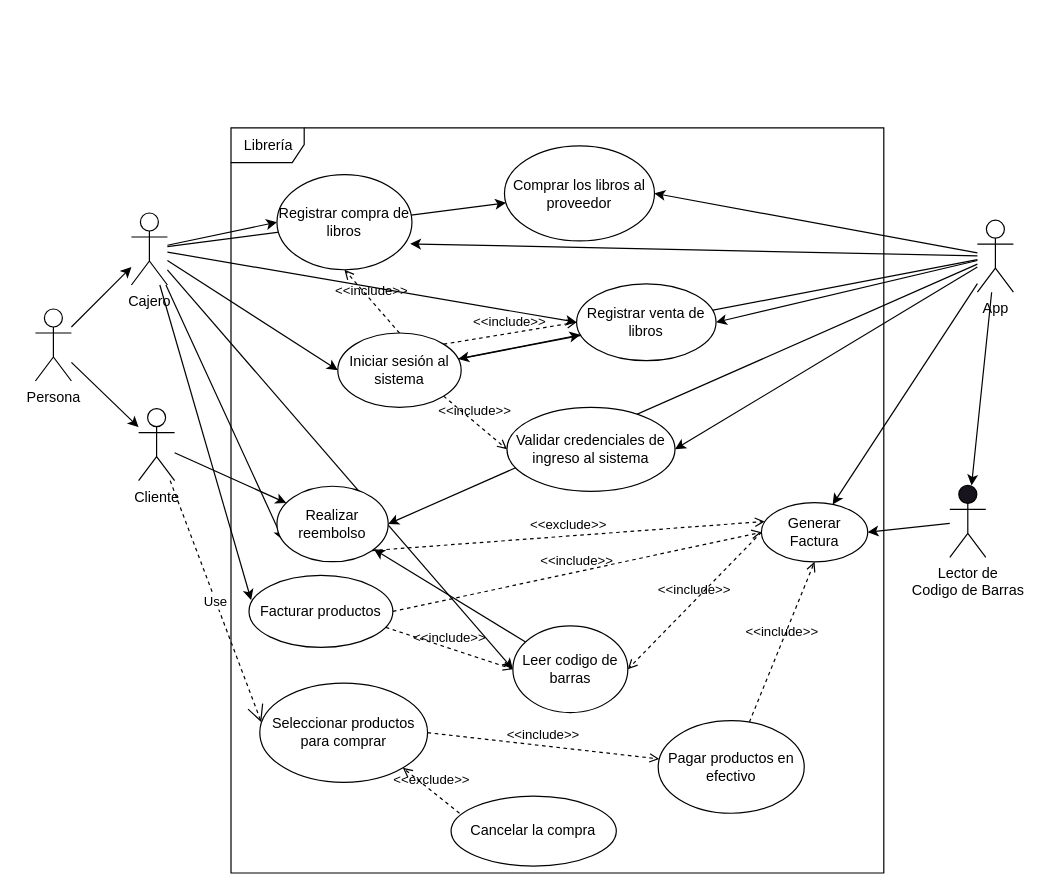
Earlier version of the draw.io diagram design/DCU_PrjL.dio (AlejandroTTD/Chapter-Connect-Library). Source tidied: cells renumbered, new cells numbered last; positions are measured from the earlier drawing's top-left corner, leaving out a move shared by most shapes. Both pictures are drawn from the tidied source at 120%, with x=0, y=0 at pixel (35, 127).
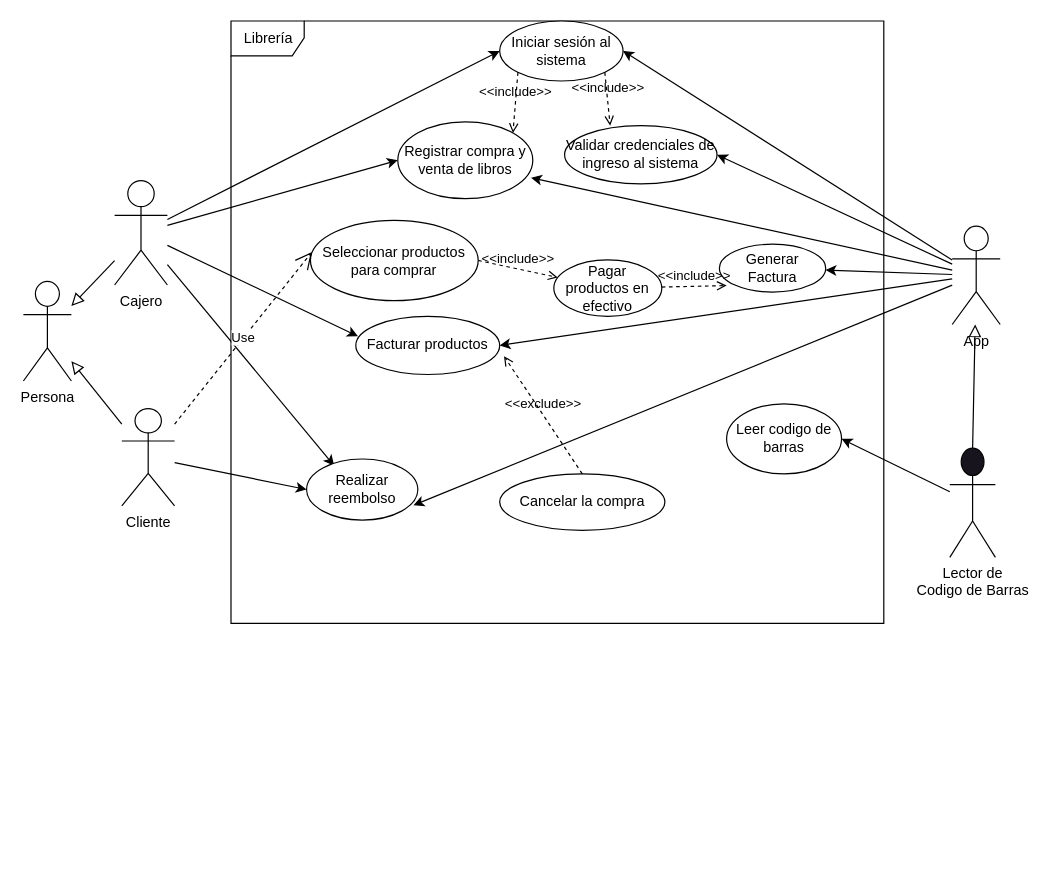
After the change.

Diff of the diagram source:
```diff
@@
-    <mxCell id="2" style="edgeStyle=none;html=1;" parent="1" edge="1" source="4" target="12">
-      <mxGeometry relative="1" as="geometry" />
-    </mxCell>
-    <mxCell id="3" style="edgeStyle=none;html=1;" parent="1" edge="1" source="4" target="14">
-      <mxGeometry relative="1" as="geometry" />
-    </mxCell>
     <mxCell id="4" value="Persona" style="shape=umlActor;verticalLabelPosition=bottom;verticalAlign=top;html=1;" parent="1" vertex="1">
-      <mxGeometry y="151" width="30" height="60" as="geometry" />
+      <mxGeometry x="-10" y="128" width="40" height="83" as="geometry" />
     </mxCell>
-    <mxCell id="5" style="edgeStyle=none;html=1;" parent="1" edge="1" source="12" target="27">
-      <mxGeometry relative="1" as="geometry" />
-    </mxCell>
@@
-    <mxCell id="8" style="edgeStyle=none;html=1;entryX=0;entryY=0.5;entryDx=0;entryDy=0;" parent="1" edge="1" source="12" target="29">
-      <mxGeometry relative="1" as="geometry" />
-    </mxCell>
-    <mxCell id="9" style="edgeStyle=none;html=1;entryX=0.056;entryY=0.717;entryDx=0;entryDy=0;entryPerimeter=0;" parent="1" edge="1" source="12" target="38">
+    <mxCell id="9" style="edgeStyle=none;html=1;entryX=0.248;entryY=0.111;entryDx=0;entryDy=0;entryPerimeter=0;" parent="1" edge="1" source="12" target="38">
       <mxGeometry relative="1" as="geometry" />
     </mxCell>
@@
-    <mxCell id="11" style="edgeStyle=none;html=1;entryX=0;entryY=0.5;entryDx=0;entryDy=0;" parent="1" edge="1" source="12" target="43">
-      <mxGeometry relative="1" as="geometry" />
-    </mxCell>
     <mxCell id="12" value="Cajero" style="shape=umlActor;verticalLabelPosition=bottom;verticalAlign=top;html=1;" parent="1" vertex="1">
-      <mxGeometry x="80" y="71" width="30" height="60" as="geometry" />
+      <mxGeometry x="66" y="44" width="44" height="87" as="geometry" />
     </mxCell>
-    <mxCell id="13" style="edgeStyle=none;html=1;" parent="1" edge="1" source="14" target="38">
+    <mxCell id="13" style="edgeStyle=none;html=1;entryX=0;entryY=0.5;entryDx=0;entryDy=0;" parent="1" edge="1" source="14" target="38">
       <mxGeometry relative="1" as="geometry" />
     </mxCell>
     <mxCell id="14" value="Cliente" style="shape=umlActor;verticalLabelPosition=bottom;verticalAlign=top;html=1;" parent="1" vertex="1">
-      <mxGeometry x="86" y="234" width="30" height="60" as="geometry" />
+      <mxGeometry x="72" y="234" width="44" height="81" as="geometry" />
     </mxCell>
-    <mxCell id="15" style="edgeStyle=none;html=1;" parent="1" edge="1" source="23" target="25">
-      <mxGeometry relative="1" as="geometry" />
-    </mxCell>
-    <mxCell id="16" style="edgeStyle=none;html=1;entryX=1;entryY=0.5;entryDx=0;entryDy=0;" parent="1" edge="1" source="23" target="29">
-      <mxGeometry relative="1" as="geometry" />
-    </mxCell>
@@
-    <mxCell id="18" style="edgeStyle=none;html=1;entryX=1;entryY=0.5;entryDx=0;entryDy=0;" parent="1" edge="1" source="23" target="27">
-      <mxGeometry relative="1" as="geometry" />
-    </mxCell>
@@
-    <mxCell id="20" style="edgeStyle=none;html=1;entryX=1;entryY=0.5;entryDx=0;entryDy=0;" parent="1" edge="1" source="23" target="38">
+    <mxCell id="20" style="edgeStyle=none;html=1;entryX=0.96;entryY=0.758;entryDx=0;entryDy=0;entryPerimeter=0;" parent="1" edge="1" source="23" target="38">
       <mxGeometry relative="1" as="geometry" />
     </mxCell>
-    <mxCell id="21" style="edgeStyle=none;html=1;" parent="1" edge="1" source="23" target="41">
+    <mxCell id="21" style="edgeStyle=none;html=1;entryX=1;entryY=0.5;entryDx=0;entryDy=0;" parent="1" edge="1" source="23" target="41">
       <mxGeometry relative="1" as="geometry" />
     </mxCell>
@@
+    <mxCell id="52" style="edgeStyle=none;html=1;entryX=1;entryY=0.5;entryDx=0;entryDy=0;" parent="1" edge="1" source="23" target="31">
+      <mxGeometry relative="1" as="geometry" />
+    </mxCell>
     <mxCell id="23" value="App" style="shape=umlActor;verticalLabelPosition=bottom;verticalAlign=top;html=1;" parent="1" vertex="1">
-      <mxGeometry x="785" y="77" width="30" height="60" as="geometry" />
+      <mxGeometry x="764" y="82" width="40" height="81.9" as="geometry" />
     </mxCell>
-    <mxCell id="24" style="edgeStyle=none;html=1;entryX=1;entryY=0.5;entryDx=0;entryDy=0;" parent="1" edge="1" source="25" target="36">
-      <mxGeometry relative="1" as="geometry" />
-    </mxCell>
+    <mxCell id="53" style="edgeStyle=none;html=1;entryX=1;entryY=0.5;entryDx=0;entryDy=0;" parent="1" edge="1" source="25" target="43">
+      <mxGeometry relative="1" as="geometry" />
+    </mxCell>
-    <mxCell id="25" value="Lector de &lt;br&gt;Codigo de Barras" style="shape=umlActor;verticalLabelPosition=bottom;verticalAlign=top;html=1;fillColor=rgb(24, 20, 29);" parent="1" vertex="1">
-      <mxGeometry x="762" y="298" width="30" height="60" as="geometry" />
+    <mxCell id="25" value="Lector de &lt;br&gt;Codigo de Barras" style="shape=umlActor;verticalLabelPosition=bottom;verticalAlign=top;html=1;fillColor=rgb(24, 20, 29);direction=east;" parent="1" vertex="1">
+      <mxGeometry x="762" y="267" width="38" height="91" as="geometry" />
     </mxCell>
     <mxCell id="26" value="Librería" style="shape=umlFrame;tabPosition=left;html=1;boundedLbl=1;labelInHeader=1;width=61;height=29;" parent="1" vertex="1">
-      <mxGeometry x="163" width="544" height="621" as="geometry" />
+      <mxGeometry x="163" y="-89" width="544" height="502" as="geometry" />
     </mxCell>
-    <mxCell id="27" value="Comprar los libros al proveedor" style="ellipse;whiteSpace=wrap;html=1;" parent="26" vertex="1">
-      <mxGeometry x="227.9" y="15" width="125" height="79.3" as="geometry" />
-    </mxCell>
-    <mxCell id="28" value="Registrar compra de libros" style="ellipse;whiteSpace=wrap;html=1;" parent="26" vertex="1">
-      <mxGeometry x="38.3" y="39" width="112.5" height="79.3" as="geometry" />
+    <mxCell id="28" value="Registrar compra y venta de libros" style="ellipse;whiteSpace=wrap;html=1;" parent="26" vertex="1">
+      <mxGeometry x="139" y="84" width="112.5" height="64.1" as="geometry" />
     </mxCell>
-    <mxCell id="29" value="Registrar venta de libros" style="ellipse;whiteSpace=wrap;html=1;" parent="26" vertex="1">
-      <mxGeometry x="288" y="130" width="116.2" height="64.1" as="geometry" />
-    </mxCell>
     <mxCell id="30" value="Seleccionar productos para comprar" style="ellipse;whiteSpace=wrap;html=1;" parent="26" vertex="1">
-      <mxGeometry x="24" y="462.7" width="139.8" height="82.7" as="geometry" />
+      <mxGeometry x="66.2" y="166.1" width="139.8" height="66.9" as="geometry" />
     </mxCell>
     <mxCell id="31" value="Facturar productos" style="ellipse;whiteSpace=wrap;html=1;" parent="26" vertex="1">
-      <mxGeometry x="15" y="373" width="119.9" height="60" as="geometry" />
+      <mxGeometry x="104" y="246.1" width="119.9" height="48.5" as="geometry" />
     </mxCell>
     <mxCell id="32" value="Pagar productos en efectivo" style="ellipse;whiteSpace=wrap;html=1;" parent="26" vertex="1">
-      <mxGeometry x="356" y="494" width="121.7" height="77.2" as="geometry" />
+      <mxGeometry x="269" y="199.1" width="90" height="47" as="geometry" />
     </mxCell>
     <mxCell id="33" value="Cancelar la compra" style="ellipse;whiteSpace=wrap;html=1;" parent="26" vertex="1">
-      <mxGeometry x="183.4" y="557" width="137.7" height="58.2" as="geometry" />
+      <mxGeometry x="223.9" y="377.4" width="137.7" height="47" as="geometry" />
     </mxCell>
@@
-    <mxCell id="35" value="&amp;lt;&amp;lt;exclude&amp;gt;&amp;gt;" style="html=1;verticalAlign=bottom;labelBackgroundColor=none;endArrow=open;endFill=0;dashed=1;exitX=0.051;exitY=0.243;exitDx=0;exitDy=0;exitPerimeter=0;entryX=1;entryY=1;entryDx=0;entryDy=0;" parent="26" edge="1" source="33" target="30">
-      <mxGeometry relative="1" as="geometry" />
-    </mxCell>
     <mxCell id="36" value="Generar Factura" style="ellipse;whiteSpace=wrap;html=1;" parent="26" vertex="1">
-      <mxGeometry x="442" y="312.4" width="88.6" height="49.3" as="geometry" />
+      <mxGeometry x="407" y="186" width="88.6" height="39.9" as="geometry" />
     </mxCell>
-    <mxCell id="37" value="&amp;lt;&amp;lt;include&amp;gt;&amp;gt;" style="html=1;verticalAlign=bottom;labelBackgroundColor=none;endArrow=open;endFill=0;dashed=1;entryX=0.5;entryY=1;entryDx=0;entryDy=0;" parent="26" edge="1" source="32" target="36">
+    <mxCell id="37" value="&amp;lt;&amp;lt;include&amp;gt;&amp;gt;" style="html=1;verticalAlign=bottom;labelBackgroundColor=none;endArrow=open;endFill=0;dashed=1;entryX=0.068;entryY=0.865;entryDx=0;entryDy=0;entryPerimeter=0;" parent="26" edge="1" source="32" target="36">
       <mxGeometry relative="1" as="geometry" />
     </mxCell>
     <mxCell id="38" value="Realizar reembolso" style="ellipse;whiteSpace=wrap;html=1;" parent="26" vertex="1">
-      <mxGeometry x="38.3" y="298.7" width="92.7" height="62.9" as="geometry" />
+      <mxGeometry x="63" y="365" width="92.7" height="50.9" as="geometry" />
     </mxCell>
-    <mxCell id="39" value="&amp;lt;&amp;lt;exclude&amp;gt;&amp;gt;" style="html=1;verticalAlign=bottom;labelBackgroundColor=none;endArrow=open;endFill=0;dashed=1;entryX=0.031;entryY=0.318;entryDx=0;entryDy=0;exitX=1;exitY=1;exitDx=0;exitDy=0;entryPerimeter=0;" parent="26" edge="1" source="38" target="36">
-      <mxGeometry relative="1" as="geometry" />
-    </mxCell>
-    <mxCell id="40" style="edgeStyle=none;html=1;" parent="26" edge="1" source="41" target="29">
-      <mxGeometry relative="1" as="geometry" />
-    </mxCell>
     <mxCell id="41" value="Iniciar sesión al sistema" style="ellipse;whiteSpace=wrap;html=1;" parent="26" vertex="1">
-      <mxGeometry x="89" y="171" width="102.8" height="61.9" as="geometry" />
+      <mxGeometry x="223.9" width="102.8" height="50" as="geometry" />
     </mxCell>
-    <mxCell id="42" style="edgeStyle=none;html=1;" parent="26" edge="1" source="43" target="38">
-      <mxGeometry relative="1" as="geometry" />
-    </mxCell>
     <mxCell id="43" value="Leer codigo de barras" style="ellipse;whiteSpace=wrap;html=1;" parent="26" vertex="1">
-      <mxGeometry x="234.9" y="415" width="95.8" height="72.3" as="geometry" />
+      <mxGeometry x="413" y="319" width="95.8" height="58.4" as="geometry" />
     </mxCell>
-    <mxCell id="44" value="&amp;lt;&amp;lt;include&amp;gt;&amp;gt;" style="html=1;verticalAlign=bottom;labelBackgroundColor=none;endArrow=open;endFill=0;dashed=1;exitX=0.951;exitY=0.722;exitDx=0;exitDy=0;exitPerimeter=0;entryX=0;entryY=0.5;entryDx=0;entryDy=0;" parent="26" edge="1" source="31" target="43">
-      <mxGeometry relative="1" as="geometry" />
-    </mxCell>
-    <mxCell id="45" value="&amp;lt;&amp;lt;include&amp;gt;&amp;gt;" style="html=1;verticalAlign=bottom;labelBackgroundColor=none;endArrow=open;endFill=0;dashed=1;exitX=1;exitY=0.5;exitDx=0;exitDy=0;entryX=0;entryY=0.5;entryDx=0;entryDy=0;" parent="26" edge="1" source="31" target="36">
-      <mxGeometry relative="1" as="geometry" />
-    </mxCell>
-    <mxCell id="46" value="&amp;lt;&amp;lt;include&amp;gt;&amp;gt;" style="html=1;verticalAlign=bottom;labelBackgroundColor=none;endArrow=open;endFill=0;dashed=1;exitX=0;exitY=0.5;exitDx=0;exitDy=0;entryX=1;entryY=0.5;entryDx=0;entryDy=0;" parent="26" edge="1" source="36" target="43">
-      <mxGeometry relative="1" as="geometry" />
-    </mxCell>
-    <mxCell id="47" value="&amp;lt;&amp;lt;include&amp;gt;&amp;gt;" style="html=1;verticalAlign=bottom;labelBackgroundColor=none;endArrow=open;endFill=0;dashed=1;exitX=0.5;exitY=0;exitDx=0;exitDy=0;entryX=0.5;entryY=1;entryDx=0;entryDy=0;" parent="26" edge="1" source="41" target="28">
+    <mxCell id="47" value="&amp;lt;&amp;lt;include&amp;gt;&amp;gt;" style="html=1;verticalAlign=bottom;labelBackgroundColor=none;endArrow=open;endFill=0;dashed=1;exitX=0;exitY=1;exitDx=0;exitDy=0;entryX=1;entryY=0;entryDx=0;entryDy=0;" parent="26" edge="1" source="41" target="28">
       <mxGeometry relative="1" as="geometry" />
     </mxCell>
-    <mxCell id="48" value="&amp;lt;&amp;lt;include&amp;gt;&amp;gt;" style="html=1;verticalAlign=bottom;labelBackgroundColor=none;endArrow=open;endFill=0;dashed=1;exitX=1;exitY=0;exitDx=0;exitDy=0;entryX=0;entryY=0.5;entryDx=0;entryDy=0;" parent="26" edge="1" source="41" target="29">
-      <mxGeometry relative="1" as="geometry" />
-    </mxCell>
     <mxCell id="49" value="Validar credenciales de ingreso al sistema" style="ellipse;whiteSpace=wrap;html=1;" parent="26" vertex="1">
-      <mxGeometry x="230" y="232.9" width="140" height="70" as="geometry" />
+      <mxGeometry x="278" y="87.2" width="127" height="48.5" as="geometry" />
     </mxCell>
-    <mxCell id="50" value="&amp;lt;&amp;lt;include&amp;gt;&amp;gt;" style="html=1;verticalAlign=bottom;labelBackgroundColor=none;endArrow=open;endFill=0;dashed=1;exitX=1;exitY=1;exitDx=0;exitDy=0;entryX=0;entryY=0.5;entryDx=0;entryDy=0;" parent="26" edge="1" source="41" target="49">
+    <mxCell id="50" value="&amp;lt;&amp;lt;include&amp;gt;&amp;gt;" style="html=1;verticalAlign=bottom;labelBackgroundColor=none;endArrow=open;endFill=0;dashed=1;exitX=1;exitY=1;exitDx=0;exitDy=0;entryX=0.299;entryY=0;entryDx=0;entryDy=0;entryPerimeter=0;" parent="26" edge="1" source="41" target="49">
       <mxGeometry relative="1" as="geometry" />
     </mxCell>
+    <mxCell id="54" value="&amp;lt;&amp;lt;exclude&amp;gt;&amp;gt;" style="html=1;verticalAlign=bottom;labelBackgroundColor=none;endArrow=open;endFill=0;dashed=1;exitX=0.5;exitY=0;exitDx=0;exitDy=0;entryX=1.03;entryY=0.685;entryDx=0;entryDy=0;entryPerimeter=0;" parent="26" edge="1" source="33" target="31">
+      <mxGeometry relative="1" as="geometry" />
+    </mxCell>
@@
+    <mxCell id="55" style="endArrow=block;startArrow=none;endFill=0;startFill=0;endSize=8;html=1;verticalAlign=bottom;labelBackgroundColor=none;exitX=0.5;exitY=0;exitDx=0;exitDy=0;exitPerimeter=0;" parent="1" edge="1" source="25" target="23">
+      <mxGeometry relative="1" as="geometry" />
+    </mxCell>
+    <mxCell id="56" style="endArrow=block;startArrow=none;endFill=0;startFill=0;endSize=8;html=1;verticalAlign=bottom;labelBackgroundColor=none;" parent="1" edge="1" source="14" target="4">
+      <mxGeometry relative="1" as="geometry" />
+    </mxCell>
+    <mxCell id="57" style="endArrow=block;startArrow=none;endFill=0;startFill=0;endSize=8;html=1;verticalAlign=bottom;labelBackgroundColor=none;" parent="1" edge="1" source="12" target="4">
+      <mxGeometry relative="1" as="geometry" />
+    </mxCell>
```
